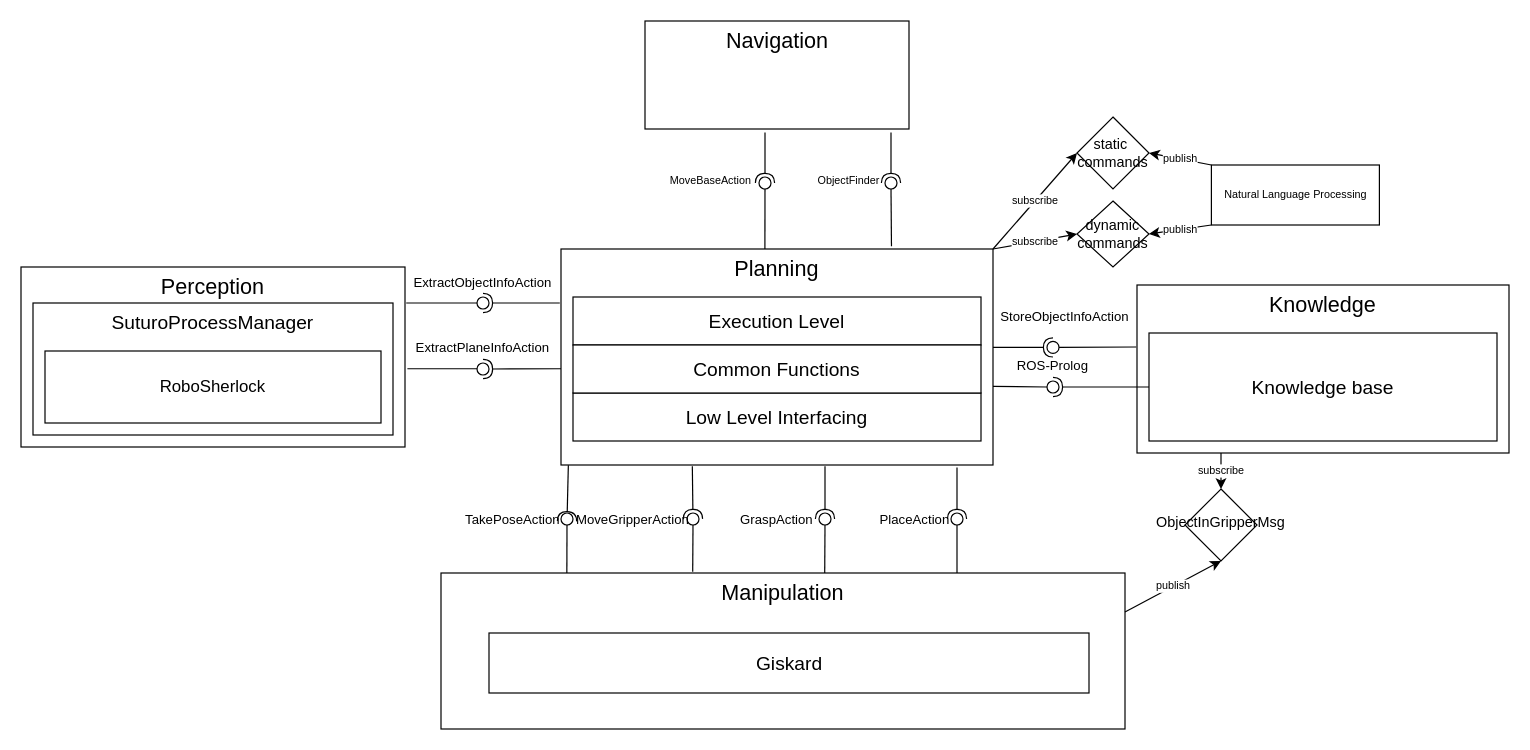
Earlier version of the draw.io diagram diagramms/Overview.drawio (SUTURO/suturo_resources). Source tidied: cells renumbered, new cells numbered last; positions are measured from the earlier drawing's top-left corner, leaving out a move shared by most shapes. Both pictures are drawn from the tidied source at 120%, with x=0, y=0 at pixel (20, 20).
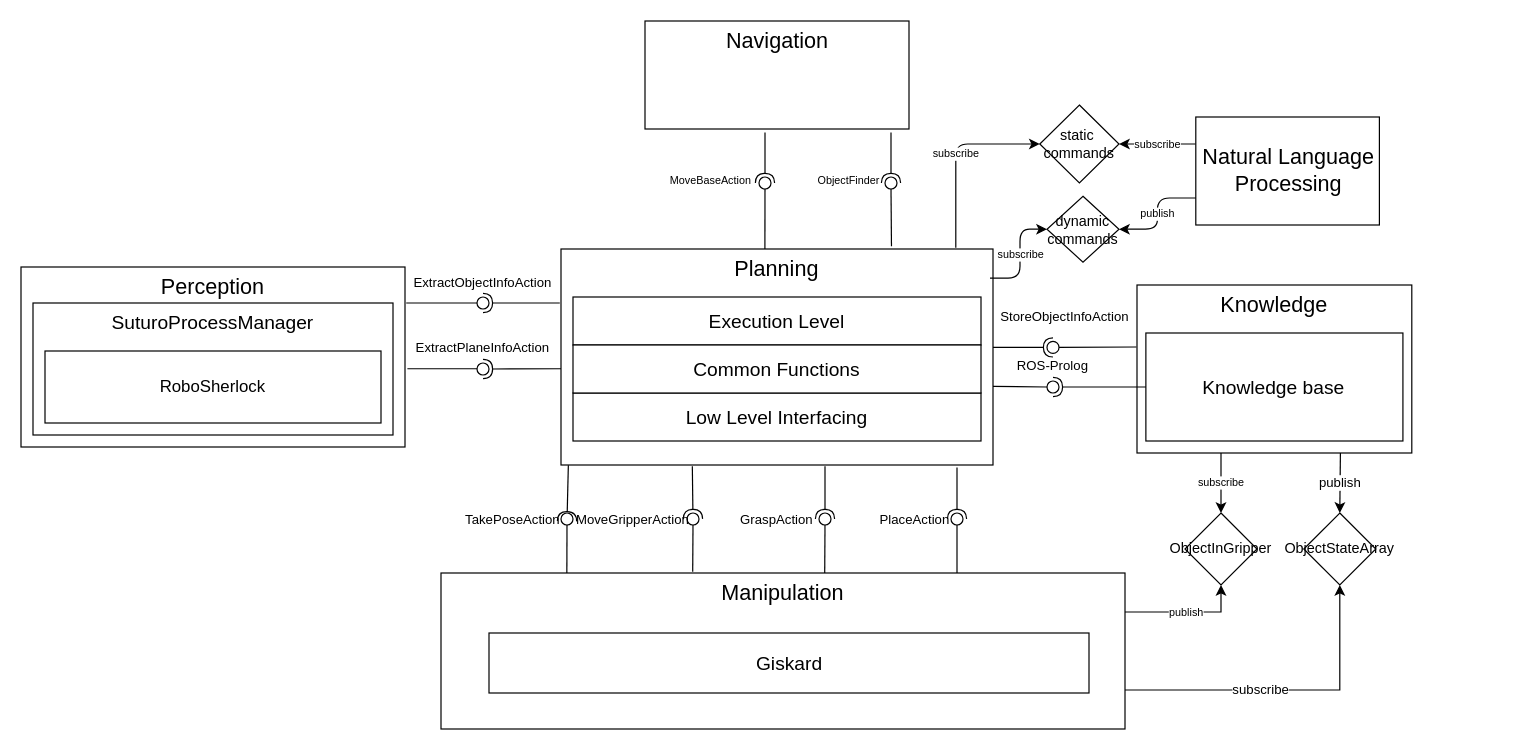
The same page after the edit.

Commit message (it also covers changes not shown here):
add objectstateArray to overview

Unchanged cells that the change refers to:
```xml
<mxCell id="3" value="&lt;font style=&quot;font-size: 18px&quot;&gt;Planning&lt;/font&gt;" style="rounded=0;whiteSpace=wrap;html=1;verticalAlign=top;" parent="2" vertex="1">
  <mxGeometry width="360" height="180" as="geometry" />
</mxCell>
<mxCell id="54" value="&lt;font style=&quot;font-size: 18px&quot;&gt;Manipulation&lt;/font&gt;" style="rounded=0;whiteSpace=wrap;html=1;fontSize=12;verticalAlign=top;" parent="53" vertex="1">
  <mxGeometry width="570" height="130" as="geometry" />
</mxCell>
```

Diff of the diagram source:
```diff
@@
     <mxCell id="11" style="group;" parent="1" vertex="1">
-      <mxGeometry x="930" y="220" width="310" height="150" as="geometry" />
+      <mxGeometry x="930" y="220" width="229" height="150" as="geometry" />
     </mxCell>
     <mxCell id="12" value="&lt;font style=&quot;font-size: 18px&quot;&gt;Knowledge&lt;/font&gt;" style="rounded=0;whiteSpace=wrap;html=1;verticalAlign=top;" parent="11" vertex="1">
-      <mxGeometry width="310" height="140" as="geometry" />
+      <mxGeometry width="229" height="140" as="geometry" />
     </mxCell>
     <mxCell id="13" value="&lt;font style=&quot;font-size: 16px&quot;&gt;Knowledge base&lt;/font&gt;" style="rounded=0;whiteSpace=wrap;html=1;" parent="11" vertex="1">
-      <mxGeometry x="10" y="40" width="290" height="90" as="geometry" />
+      <mxGeometry x="7.4" y="40" width="214.2" height="90" as="geometry" />
     </mxCell>
@@
+    <mxCell id="33" value="subscribe" style="rounded=0;jettySize=auto;html=1;exitX=0;exitY=0.25;exitDx=0;exitDy=0;entryX=1;entryY=0.5;entryDx=0;entryDy=0;fontSize=9;" parent="1" edge="1" source="30" target="31">
+      <mxGeometry relative="1" as="geometry" />
+    </mxCell>
-    <mxCell id="30" value="Natural Language Processing" style="html=1;fontSize=9;" parent="1" vertex="1">
-      <mxGeometry x="992" y="120" width="140" height="50" as="geometry" />
+    <mxCell id="30" value="&lt;div style=&quot;font-size: 18px&quot;&gt;&lt;font style=&quot;font-size: 18px&quot;&gt;Natural Language &lt;br&gt;&lt;/font&gt;&lt;/div&gt;&lt;div style=&quot;font-size: 18px&quot;&gt;&lt;font style=&quot;font-size: 18px&quot;&gt;Processing&lt;/font&gt;&lt;/div&gt;" style="html=1;fontSize=9;" parent="1" vertex="1">
+      <mxGeometry x="979" y="80" width="153" height="90" as="geometry" />
     </mxCell>
     <mxCell id="31" value="static&amp;nbsp;&lt;br style=&quot;font-size: 12px;&quot;&gt;commands" style="rhombus;whiteSpace=wrap;html=1;fontSize=12;" parent="1" vertex="1">
-      <mxGeometry x="880" y="80" width="60" height="60" as="geometry" />
+      <mxGeometry x="849" y="70" width="66" height="65" as="geometry" />
     </mxCell>
     <mxCell id="32" value="dynamic commands" style="rhombus;whiteSpace=wrap;html=1;fontSize=12;" parent="1" vertex="1">
-      <mxGeometry x="880" y="150" width="60" height="55" as="geometry" />
+      <mxGeometry x="855" y="146" width="60" height="55" as="geometry" />
     </mxCell>
-    <mxCell id="33" value="publish" style="endArrow=classic;html=1;fontSize=9;entryX=1;entryY=0.5;entryDx=0;entryDy=0;exitX=0;exitY=0;exitDx=0;exitDy=0;" parent="1" edge="1" source="30" target="31">
-      <mxGeometry relative="1" as="geometry" />
-    </mxCell>
-    <mxCell id="34" value="publish" style="endArrow=classic;html=1;fontSize=9;entryX=1;entryY=0.5;entryDx=0;entryDy=0;exitX=0;exitY=1;exitDx=0;exitDy=0;" parent="1" edge="1" source="30" target="32">
+    <mxCell id="34" value="publish" style="endArrow=classic;html=1;fontSize=9;entryX=1;entryY=0.5;entryDx=0;entryDy=0;exitX=0;exitY=0.75;exitDx=0;exitDy=0;edgeStyle=orthogonalEdgeStyle;" parent="1" edge="1" source="30" target="32">
       <mxGeometry relative="1" as="geometry" />
     </mxCell>
-    <mxCell id="35" value="subscribe" style="endArrow=classic;html=1;fontSize=9;entryX=0;entryY=0.5;entryDx=0;entryDy=0;exitX=1;exitY=0;exitDx=0;exitDy=0;" parent="1" edge="1" source="3" target="31">
-      <mxGeometry relative="1" as="geometry" />
+    <mxCell id="35" value="subscribe" style="endArrow=classic;html=1;fontSize=9;entryX=0;entryY=0.5;entryDx=0;entryDy=0;edgeStyle=orthogonalEdgeStyle;" parent="1" edge="1" target="31">
+      <mxGeometry relative="1" as="geometry">
+        <mxPoint x="779" y="189" as="sourcePoint" />
+        <Array as="points">
+          <mxPoint x="779" y="103" />
+        </Array>
+      </mxGeometry>
     </mxCell>
-    <mxCell id="36" value="subscribe" style="endArrow=classic;html=1;fontSize=9;entryX=0;entryY=0.5;entryDx=0;entryDy=0;exitX=1;exitY=0;exitDx=0;exitDy=0;" parent="1" edge="1" source="3" target="32">
+    <mxCell id="36" value="subscribe" style="endArrow=classic;html=1;fontSize=9;entryX=0;entryY=0.5;entryDx=0;entryDy=0;exitX=0.993;exitY=0.135;exitDx=0;exitDy=0;exitPerimeter=0;edgeStyle=orthogonalEdgeStyle;" parent="1" edge="1" source="3" target="32">
       <mxGeometry relative="1" as="geometry" />
     </mxCell>
@@
     <mxCell id="65" style="rhombus;whiteSpace=wrap;html=1;fontSize=9;" parent="1" vertex="1">
-      <mxGeometry x="970" y="390" width="60" height="60" as="geometry" />
+      <mxGeometry x="970" y="410" width="60" height="60" as="geometry" />
     </mxCell>
@@
+    <mxCell id="68" value="ObjectInGripper" style="text;html=1;strokeColor=none;fillColor=none;align=center;verticalAlign=middle;whiteSpace=wrap;rounded=0;" parent="1" vertex="1">
+      <mxGeometry x="980" y="430" width="40" height="20" as="geometry" />
+    </mxCell>
+    <mxCell id="69" value="&lt;font style=&quot;font-size: 12px&quot;&gt;ObjectStateArray&lt;/font&gt;" style="rhombus;whiteSpace=wrap;html=1;fontSize=9;" parent="1" vertex="1">
+      <mxGeometry x="1069" y="410" width="60" height="60" as="geometry" />
+    </mxCell>
+    <mxCell id="70" value="publish" style="rounded=0;jettySize=auto;html=1;exitX=0.75;exitY=1;exitDx=0;exitDy=0;entryX=0.5;entryY=0;entryDx=0;entryDy=0;" parent="1" edge="1" target="69">
+      <mxGeometry relative="1" as="geometry">
+        <mxPoint x="1099.5" y="360" as="sourcePoint" />
+      </mxGeometry>
+    </mxCell>
+    <mxCell id="71" style="edgeStyle=orthogonalEdgeStyle;rounded=0;jettySize=auto;html=1;exitX=1;exitY=0.75;exitDx=0;exitDy=0;entryX=0.5;entryY=1;entryDx=0;entryDy=0;" parent="1" edge="1" source="54" target="69">
+      <mxGeometry relative="1" as="geometry" />
+    </mxCell>
+    <mxCell id="72" value="subscribe" style="edgeLabel;html=1;align=center;verticalAlign=middle;" parent="71" vertex="1">
+      <mxGeometry x="-0.16" y="2" relative="1" as="geometry">
+        <mxPoint y="1" as="offset" />
+      </mxGeometry>
+    </mxCell>
-    <mxCell id="67" value="publish" style="endArrow=classic;html=1;fontSize=9;entryX=0.5;entryY=1;entryDx=0;entryDy=0;exitX=1;exitY=0.25;exitDx=0;exitDy=0;" parent="1" edge="1" source="54" target="65">
+    <mxCell id="67" value="publish" style="edgeStyle=orthogonalEdgeStyle;rounded=0;jettySize=auto;html=1;exitX=1;exitY=0.25;exitDx=0;exitDy=0;entryX=0.5;entryY=1;entryDx=0;entryDy=0;fontSize=9;" parent="1" edge="1" source="54" target="65">
       <mxGeometry relative="1" as="geometry" />
     </mxCell>
-    <mxCell id="68" value="ObjectInGripperMsg" style="text;html=1;strokeColor=none;fillColor=none;align=center;verticalAlign=middle;whiteSpace=wrap;rounded=0;" parent="1" vertex="1">
-      <mxGeometry x="980" y="408" width="40" height="20" as="geometry" />
-    </mxCell>
```
